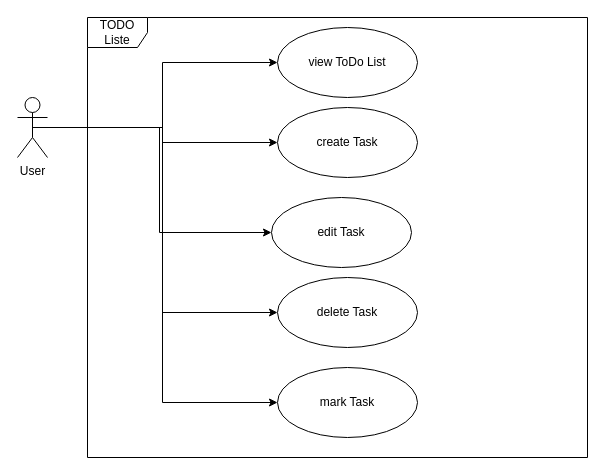
Before: use_cases.drawio in cjanta/TodoList, a draw.io diagram. Source tidied: cells renumbered, new cells numbered last; positions are measured from the earlier drawing's top-left corner, leaving out a move shared by most shapes. Both pictures are drawn from the tidied source at 100%, with x=0, y=0 at pixel (17, 17).
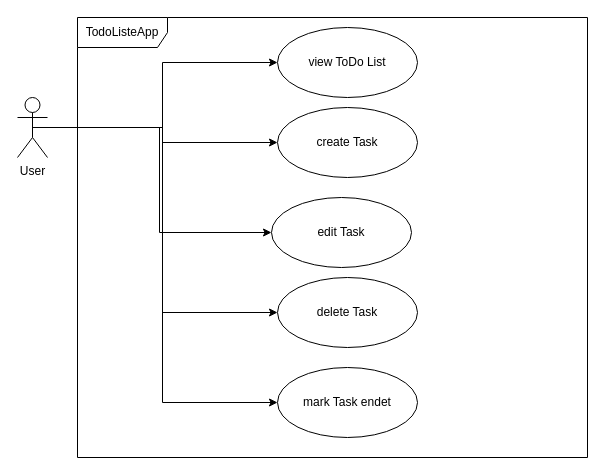
The same page after the edit.

Diff of the diagram source:
```diff
@@
 <mxGraphModel>
   <root>
     <mxCell id="0" />
     <mxCell id="1" parent="0" />
     <mxCell id="2" style="edgeStyle=orthogonalEdgeStyle;rounded=0;jettySize=auto;html=1;exitX=0.5;exitY=0.5;exitDx=0;exitDy=0;exitPerimeter=0;entryX=0;entryY=0.5;entryDx=0;entryDy=0;" parent="1" edge="1" source="7" target="10">
       <mxGeometry relative="1" as="geometry" />
     </mxCell>
     <mxCell id="3" style="edgeStyle=orthogonalEdgeStyle;rounded=0;jettySize=auto;html=1;exitX=0.5;exitY=0.5;exitDx=0;exitDy=0;exitPerimeter=0;entryX=0;entryY=0.5;entryDx=0;entryDy=0;" parent="1" edge="1" source="7" target="11">
       <mxGeometry relative="1" as="geometry">
         <Array as="points">
           <mxPoint x="142" y="110" />
           <mxPoint x="142" y="215" />
         </Array>
       </mxGeometry>
     </mxCell>
     <mxCell id="4" style="edgeStyle=orthogonalEdgeStyle;rounded=0;jettySize=auto;html=1;exitX=0.5;exitY=0.5;exitDx=0;exitDy=0;exitPerimeter=0;entryX=0;entryY=0.5;entryDx=0;entryDy=0;" parent="1" edge="1" source="7" target="12">
       <mxGeometry relative="1" as="geometry" />
     </mxCell>
     <mxCell id="5" style="edgeStyle=orthogonalEdgeStyle;rounded=0;jettySize=auto;html=1;exitX=0.5;exitY=0.5;exitDx=0;exitDy=0;exitPerimeter=0;entryX=0;entryY=0.5;entryDx=0;entryDy=0;" parent="1" edge="1" source="7" target="13">
       <mxGeometry relative="1" as="geometry">
         <Array as="points">
           <mxPoint x="145" y="110" />
           <mxPoint x="145" y="385" />
         </Array>
       </mxGeometry>
     </mxCell>
     <mxCell id="6" style="edgeStyle=orthogonalEdgeStyle;rounded=0;jettySize=auto;html=1;exitX=0.5;exitY=0.5;exitDx=0;exitDy=0;exitPerimeter=0;" parent="1" edge="1" source="7" target="9">
       <mxGeometry relative="1" as="geometry" />
     </mxCell>
     <mxCell id="7" value="User" style="shape=umlActor;verticalLabelPosition=bottom;verticalAlign=top;html=1;" parent="1" vertex="1">
       <mxGeometry y="80" width="30" height="60" as="geometry" />
     </mxCell>
-    <mxCell id="8" value="TODO Liste" style="shape=umlFrame;whiteSpace=wrap;html=1;" parent="1" vertex="1">
-      <mxGeometry x="70" width="500" height="440" as="geometry" />
+    <mxCell id="8" value="TodoListeApp&lt;br&gt;" style="shape=umlFrame;whiteSpace=wrap;html=1;width=90;height=30;" parent="1" vertex="1">
+      <mxGeometry x="60" width="510" height="440" as="geometry" />
     </mxCell>
     <mxCell id="9" value="view ToDo List" style="ellipse;whiteSpace=wrap;html=1;" parent="1" vertex="1">
       <mxGeometry x="260" y="10" width="140" height="70" as="geometry" />
     </mxCell>
     <mxCell id="10" value="create Task" style="ellipse;whiteSpace=wrap;html=1;" parent="1" vertex="1">
       <mxGeometry x="260" y="90" width="140" height="70" as="geometry" />
     </mxCell>
     <mxCell id="11" value="edit Task" style="ellipse;whiteSpace=wrap;html=1;" parent="1" vertex="1">
       <mxGeometry x="254" y="180" width="140" height="70" as="geometry" />
     </mxCell>
     <mxCell id="12" value="delete Task" style="ellipse;whiteSpace=wrap;html=1;" parent="1" vertex="1">
       <mxGeometry x="260" y="260" width="140" height="70" as="geometry" />
     </mxCell>
-    <mxCell id="13" value="mark Task" style="ellipse;whiteSpace=wrap;html=1;" parent="1" vertex="1">
+    <mxCell id="13" value="mark Task endet" style="ellipse;whiteSpace=wrap;html=1;" parent="1" vertex="1">
       <mxGeometry x="260" y="350" width="140" height="70" as="geometry" />
     </mxCell>
   </root>
 </mxGraphModel>
```
